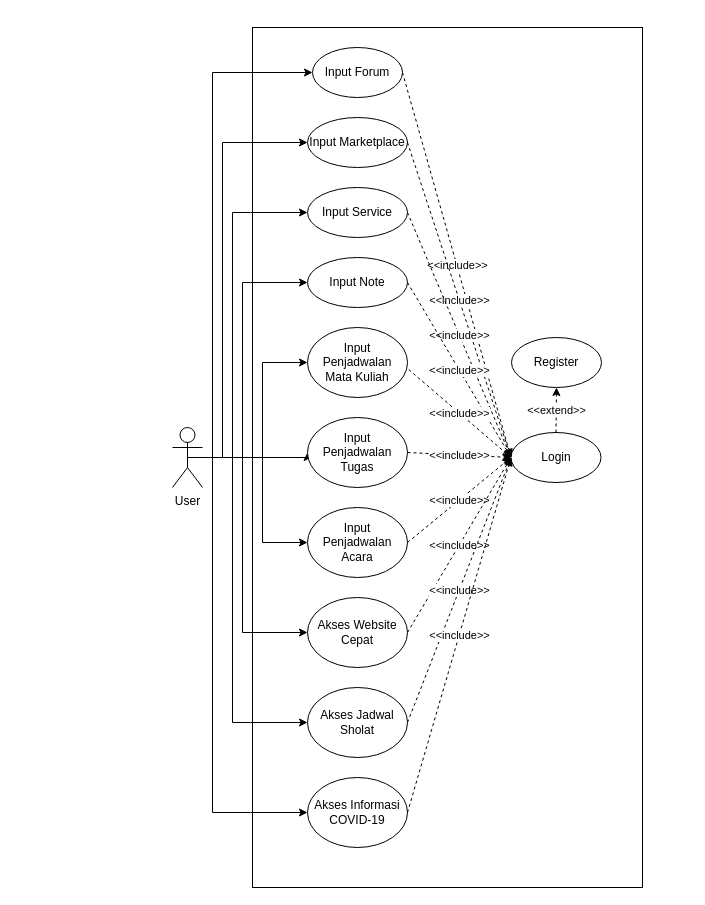
Before: UseCase.drawio in nugrahaas/diagram-project-rpl, a draw.io diagram. Source tidied: cells renumbered, new cells numbered last; positions are measured from the earlier drawing's top-left corner, leaving out a move shared by most shapes. Both pictures are drawn from the tidied source at 100%, with x=0, y=0 at pixel (172, 27).
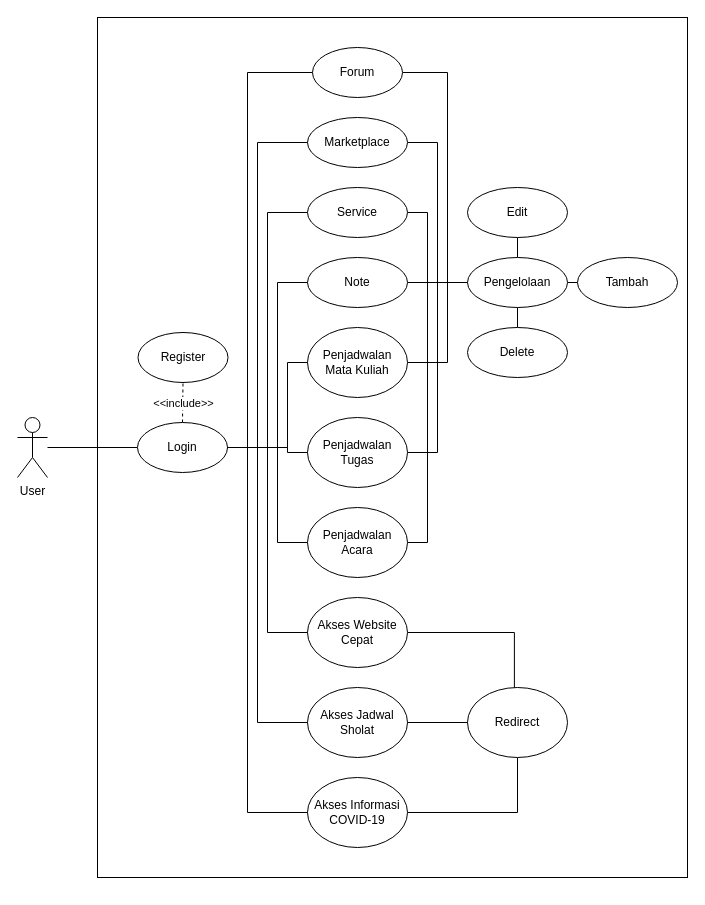
After the change.

The change refers to these unchanged cells:
```xml
<mxCell id="21" value="Akses Website Cepat" style="ellipse;whiteSpace=wrap;html=1;" parent="1" vertex="1">
  <mxGeometry x="135" y="570" width="100" height="70" as="geometry" />
</mxCell>
<mxCell id="22" value="Akses Jadwal Sholat" style="ellipse;whiteSpace=wrap;html=1;" parent="1" vertex="1">
  <mxGeometry x="135" y="660" width="100" height="70" as="geometry" />
</mxCell>
<mxCell id="23" value="Akses Informasi COVID-19" style="ellipse;whiteSpace=wrap;html=1;" parent="1" vertex="1">
  <mxGeometry x="135" y="750" width="100" height="70" as="geometry" />
</mxCell>
```

Diff of the diagram source:
```diff
@@
     <mxCell id="2" style="rounded=0;whiteSpace=wrap;html=1;" parent="1" vertex="1">
-      <mxGeometry x="80" width="390" height="860" as="geometry" />
+      <mxGeometry x="-75" y="-10" width="590" height="860" as="geometry" />
     </mxCell>
-    <mxCell id="3" style="edgeStyle=orthogonalEdgeStyle;rounded=0;jettySize=auto;html=1;exitX=0.5;exitY=0.5;exitDx=0;exitDy=0;exitPerimeter=0;entryX=0;entryY=0.5;entryDx=0;entryDy=0;" parent="1" edge="1" source="13" target="14">
-      <mxGeometry relative="1" as="geometry">
-        <Array as="points">
-          <mxPoint x="40" y="430" />
-          <mxPoint x="40" y="45" />
-        </Array>
-      </mxGeometry>
-    </mxCell>
-    <mxCell id="4" style="edgeStyle=orthogonalEdgeStyle;rounded=0;jettySize=auto;html=1;exitX=0.5;exitY=0.5;exitDx=0;exitDy=0;exitPerimeter=0;entryX=0;entryY=0.5;entryDx=0;entryDy=0;" parent="1" edge="1" source="13" target="15">
-      <mxGeometry relative="1" as="geometry">
-        <Array as="points">
-          <mxPoint x="50" y="430" />
-          <mxPoint x="50" y="115" />
-        </Array>
-      </mxGeometry>
-    </mxCell>
-    <mxCell id="5" style="edgeStyle=orthogonalEdgeStyle;rounded=0;jettySize=auto;html=1;exitX=0.5;exitY=0.5;exitDx=0;exitDy=0;exitPerimeter=0;entryX=0;entryY=0.5;entryDx=0;entryDy=0;" parent="1" edge="1" source="13" target="16">
-      <mxGeometry relative="1" as="geometry">
-        <Array as="points">
-          <mxPoint x="60" y="430" />
-          <mxPoint x="60" y="185" />
-        </Array>
-      </mxGeometry>
-    </mxCell>
-    <mxCell id="6" style="edgeStyle=orthogonalEdgeStyle;rounded=0;jettySize=auto;html=1;exitX=0.5;exitY=0.5;exitDx=0;exitDy=0;exitPerimeter=0;entryX=0;entryY=0.5;entryDx=0;entryDy=0;" parent="1" edge="1" source="13" target="17">
-      <mxGeometry relative="1" as="geometry">
-        <Array as="points">
-          <mxPoint x="70" y="430" />
-          <mxPoint x="70" y="255" />
-        </Array>
-      </mxGeometry>
-    </mxCell>
-    <mxCell id="7" style="edgeStyle=orthogonalEdgeStyle;rounded=0;jettySize=auto;html=1;exitX=0.5;exitY=0.5;exitDx=0;exitDy=0;exitPerimeter=0;entryX=0;entryY=0.5;entryDx=0;entryDy=0;" parent="1" edge="1" source="13" target="18">
-      <mxGeometry relative="1" as="geometry">
-        <Array as="points">
-          <mxPoint x="90" y="430" />
-          <mxPoint x="90" y="335" />
-        </Array>
-      </mxGeometry>
-    </mxCell>
-    <mxCell id="8" style="edgeStyle=orthogonalEdgeStyle;rounded=0;jettySize=auto;html=1;exitX=0.5;exitY=0.5;exitDx=0;exitDy=0;exitPerimeter=0;entryX=0;entryY=0.5;entryDx=0;entryDy=0;" parent="1" edge="1" source="13" target="19">
-      <mxGeometry relative="1" as="geometry">
-        <Array as="points">
-          <mxPoint x="135" y="430" />
-        </Array>
-      </mxGeometry>
-    </mxCell>
-    <mxCell id="9" style="edgeStyle=orthogonalEdgeStyle;rounded=0;jettySize=auto;html=1;exitX=0.5;exitY=0.5;exitDx=0;exitDy=0;exitPerimeter=0;entryX=0;entryY=0.5;entryDx=0;entryDy=0;" parent="1" edge="1" source="13" target="20">
-      <mxGeometry relative="1" as="geometry">
-        <Array as="points">
-          <mxPoint x="90" y="430" />
-          <mxPoint x="90" y="515" />
-        </Array>
-      </mxGeometry>
-    </mxCell>
-    <mxCell id="10" style="edgeStyle=orthogonalEdgeStyle;rounded=0;jettySize=auto;html=1;exitX=0.5;exitY=0.5;exitDx=0;exitDy=0;exitPerimeter=0;entryX=0;entryY=0.5;entryDx=0;entryDy=0;" parent="1" edge="1" source="13" target="21">
-      <mxGeometry relative="1" as="geometry">
-        <Array as="points">
-          <mxPoint x="70" y="430" />
-          <mxPoint x="70" y="605" />
-        </Array>
-      </mxGeometry>
-    </mxCell>
-    <mxCell id="11" style="edgeStyle=orthogonalEdgeStyle;rounded=0;jettySize=auto;html=1;exitX=0.5;exitY=0.5;exitDx=0;exitDy=0;exitPerimeter=0;entryX=0;entryY=0.5;entryDx=0;entryDy=0;" parent="1" edge="1" source="13" target="22">
-      <mxGeometry relative="1" as="geometry">
-        <Array as="points">
-          <mxPoint x="60" y="430" />
-          <mxPoint x="60" y="695" />
-        </Array>
-      </mxGeometry>
-    </mxCell>
-    <mxCell id="12" style="edgeStyle=orthogonalEdgeStyle;rounded=0;jettySize=auto;html=1;exitX=0.5;exitY=0.5;exitDx=0;exitDy=0;exitPerimeter=0;entryX=0;entryY=0.5;entryDx=0;entryDy=0;" parent="1" edge="1" source="13" target="23">
-      <mxGeometry relative="1" as="geometry">
-        <Array as="points">
-          <mxPoint x="40" y="430" />
-          <mxPoint x="40" y="785" />
-        </Array>
-      </mxGeometry>
-    </mxCell>
+    <mxCell id="48" style="edgeStyle=orthogonalEdgeStyle;rounded=0;jettySize=auto;html=1;endArrow=none;endFill=0;" parent="1" edge="1" source="13" target="24">
+      <mxGeometry relative="1" as="geometry" />
+    </mxCell>
     <mxCell id="13" value="User" style="shape=umlActor;verticalLabelPosition=bottom;verticalAlign=top;html=1;outlineConnect=0;" parent="1" vertex="1">
-      <mxGeometry y="400" width="30" height="60" as="geometry" />
+      <mxGeometry x="-155" y="390" width="30" height="60" as="geometry" />
     </mxCell>
+    <mxCell id="49" style="edgeStyle=orthogonalEdgeStyle;rounded=0;jettySize=auto;html=1;entryX=0;entryY=0.5;entryDx=0;entryDy=0;endArrow=none;endFill=0;" parent="1" edge="1" source="14" target="73">
+      <mxGeometry relative="1" as="geometry">
+        <Array as="points">
+          <mxPoint x="275" y="45" />
+          <mxPoint x="275" y="255" />
+        </Array>
+      </mxGeometry>
+    </mxCell>
-    <mxCell id="14" value="Input Forum" style="ellipse;whiteSpace=wrap;html=1;" parent="1" vertex="1">
+    <mxCell id="14" value="Forum" style="ellipse;whiteSpace=wrap;html=1;" parent="1" vertex="1">
       <mxGeometry x="140" y="20" width="90" height="50" as="geometry" />
     </mxCell>
+    <mxCell id="50" style="edgeStyle=orthogonalEdgeStyle;rounded=0;jettySize=auto;html=1;entryX=0;entryY=0.5;entryDx=0;entryDy=0;endArrow=none;endFill=0;" parent="1" edge="1" source="15" target="73">
+      <mxGeometry relative="1" as="geometry">
+        <Array as="points">
+          <mxPoint x="265" y="115" />
+          <mxPoint x="265" y="255" />
+        </Array>
+      </mxGeometry>
+    </mxCell>
-    <mxCell id="15" value="Input Marketplace" style="ellipse;whiteSpace=wrap;html=1;" parent="1" vertex="1">
+    <mxCell id="15" value="Marketplace" style="ellipse;whiteSpace=wrap;html=1;" parent="1" vertex="1">
       <mxGeometry x="135" y="90" width="100" height="50" as="geometry" />
     </mxCell>
+    <mxCell id="51" style="edgeStyle=orthogonalEdgeStyle;rounded=0;jettySize=auto;html=1;entryX=0;entryY=0.5;entryDx=0;entryDy=0;endArrow=none;endFill=0;" parent="1" edge="1" source="16" target="73">
+      <mxGeometry relative="1" as="geometry">
+        <Array as="points">
+          <mxPoint x="255" y="185" />
+          <mxPoint x="255" y="255" />
+        </Array>
+      </mxGeometry>
+    </mxCell>
-    <mxCell id="16" value="Input Service" style="ellipse;whiteSpace=wrap;html=1;" parent="1" vertex="1">
+    <mxCell id="16" value="Service" style="ellipse;whiteSpace=wrap;html=1;" parent="1" vertex="1">
       <mxGeometry x="135" y="160" width="100" height="50" as="geometry" />
     </mxCell>
+    <mxCell id="52" style="edgeStyle=orthogonalEdgeStyle;rounded=0;jettySize=auto;html=1;endArrow=none;endFill=0;" parent="1" edge="1" source="17" target="73">
+      <mxGeometry relative="1" as="geometry" />
+    </mxCell>
-    <mxCell id="17" value="Input Note" style="ellipse;whiteSpace=wrap;html=1;" parent="1" vertex="1">
+    <mxCell id="17" value="Note" style="ellipse;whiteSpace=wrap;html=1;" parent="1" vertex="1">
       <mxGeometry x="135" y="230" width="100" height="50" as="geometry" />
     </mxCell>
+    <mxCell id="53" style="edgeStyle=orthogonalEdgeStyle;rounded=0;jettySize=auto;html=1;entryX=0;entryY=0.5;entryDx=0;entryDy=0;endArrow=none;endFill=0;" parent="1" edge="1" source="18" target="73">
+      <mxGeometry relative="1" as="geometry">
+        <Array as="points">
+          <mxPoint x="275" y="335" />
+          <mxPoint x="275" y="255" />
+        </Array>
+      </mxGeometry>
+    </mxCell>
-    <mxCell id="18" value="Input Penjadwalan Mata Kuliah" style="ellipse;whiteSpace=wrap;html=1;" parent="1" vertex="1">
+    <mxCell id="18" value="Penjadwalan Mata Kuliah" style="ellipse;whiteSpace=wrap;html=1;" parent="1" vertex="1">
       <mxGeometry x="135" y="300" width="100" height="70" as="geometry" />
     </mxCell>
+    <mxCell id="54" style="edgeStyle=orthogonalEdgeStyle;rounded=0;jettySize=auto;html=1;entryX=0;entryY=0.5;entryDx=0;entryDy=0;endArrow=none;endFill=0;" parent="1" edge="1" source="19" target="73">
+      <mxGeometry relative="1" as="geometry" />
+    </mxCell>
-    <mxCell id="19" value="Input Penjadwalan Tugas" style="ellipse;whiteSpace=wrap;html=1;" parent="1" vertex="1">
+    <mxCell id="19" value="Penjadwalan Tugas" style="ellipse;whiteSpace=wrap;html=1;" parent="1" vertex="1">
       <mxGeometry x="135" y="390" width="100" height="70" as="geometry" />
     </mxCell>
+    <mxCell id="55" style="edgeStyle=orthogonalEdgeStyle;rounded=0;jettySize=auto;html=1;entryX=0;entryY=0.5;entryDx=0;entryDy=0;endArrow=none;endFill=0;" parent="1" edge="1" source="20" target="73">
+      <mxGeometry relative="1" as="geometry">
+        <Array as="points">
+          <mxPoint x="255" y="515" />
+          <mxPoint x="255" y="255" />
+        </Array>
+      </mxGeometry>
+    </mxCell>
-    <mxCell id="20" value="Input Penjadwalan Acara" style="ellipse;whiteSpace=wrap;html=1;" parent="1" vertex="1">
+    <mxCell id="20" value="Penjadwalan Acara" style="ellipse;whiteSpace=wrap;html=1;" parent="1" vertex="1">
       <mxGeometry x="135" y="480" width="100" height="70" as="geometry" />
     </mxCell>
+    <mxCell id="56" style="edgeStyle=orthogonalEdgeStyle;rounded=0;jettySize=auto;html=1;entryX=0.469;entryY=0.018;entryDx=0;entryDy=0;entryPerimeter=0;endArrow=none;endFill=0;" parent="1" edge="1" source="21" target="68">
+      <mxGeometry relative="1" as="geometry" />
+    </mxCell>
@@
+    <mxCell id="57" style="edgeStyle=orthogonalEdgeStyle;rounded=0;jettySize=auto;html=1;entryX=0.5;entryY=1;entryDx=0;entryDy=0;endArrow=none;endFill=0;" parent="1" edge="1" source="23" target="68">
+      <mxGeometry relative="1" as="geometry" />
+    </mxCell>
@@
     <mxCell id="24" value="Login" style="ellipse;whiteSpace=wrap;html=1;" parent="1" vertex="1">
-      <mxGeometry x="338.5" y="405" width="90" height="50" as="geometry" />
+      <mxGeometry x="-35" y="395" width="90" height="50" as="geometry" />
     </mxCell>
-    <mxCell id="25" style="endArrow=classic;html=1;rounded=0;dashed=1;exitX=1;exitY=0.5;exitDx=0;exitDy=0;entryX=0;entryY=0.5;entryDx=0;entryDy=0;" parent="1" edge="1" source="14" target="24">
-      <mxGeometry relative="1" as="geometry" />
-    </mxCell>
-    <mxCell id="26" value="&amp;lt;&amp;lt;include&amp;gt;&amp;gt;" style="edgeLabel;html=1;align=center;verticalAlign=middle;" parent="25" vertex="1">
-      <mxGeometry relative="1" as="geometry" />
-    </mxCell>
-    <mxCell id="27" style="endArrow=classic;html=1;rounded=0;dashed=1;exitX=1;exitY=0.5;exitDx=0;exitDy=0;entryX=0;entryY=0.5;entryDx=0;entryDy=0;" parent="1" edge="1" source="15" target="24">
-      <mxGeometry relative="1" as="geometry" />
-    </mxCell>
-    <mxCell id="28" value="&amp;lt;&amp;lt;include&amp;gt;&amp;gt;" style="edgeLabel;html=1;align=center;verticalAlign=middle;" parent="27" vertex="1">
-      <mxGeometry relative="1" as="geometry" />
-    </mxCell>
-    <mxCell id="29" style="endArrow=classic;html=1;rounded=0;dashed=1;exitX=1;exitY=0.5;exitDx=0;exitDy=0;entryX=0;entryY=0.5;entryDx=0;entryDy=0;" parent="1" edge="1" source="16" target="24">
-      <mxGeometry relative="1" as="geometry" />
-    </mxCell>
-    <mxCell id="30" value="&amp;lt;&amp;lt;include&amp;gt;&amp;gt;" style="edgeLabel;html=1;align=center;verticalAlign=middle;" parent="29" vertex="1">
-      <mxGeometry relative="1" as="geometry" />
-    </mxCell>
-    <mxCell id="31" style="endArrow=classic;html=1;rounded=0;dashed=1;exitX=1;exitY=0.5;exitDx=0;exitDy=0;entryX=0;entryY=0.5;entryDx=0;entryDy=0;" parent="1" edge="1" source="17" target="24">
-      <mxGeometry relative="1" as="geometry" />
-    </mxCell>
-    <mxCell id="32" value="&amp;lt;&amp;lt;include&amp;gt;&amp;gt;" style="edgeLabel;html=1;align=center;verticalAlign=middle;" parent="31" vertex="1">
-      <mxGeometry relative="1" as="geometry" />
-    </mxCell>
-    <mxCell id="33" style="endArrow=classic;html=1;rounded=0;dashed=1;exitX=1.012;exitY=0.6;exitDx=0;exitDy=0;entryX=0;entryY=0.5;entryDx=0;entryDy=0;exitPerimeter=0;" parent="1" edge="1" source="18" target="24">
-      <mxGeometry relative="1" as="geometry" />
-    </mxCell>
-    <mxCell id="34" value="&amp;lt;&amp;lt;include&amp;gt;&amp;gt;" style="edgeLabel;html=1;align=center;verticalAlign=middle;" parent="33" vertex="1">
-      <mxGeometry relative="1" as="geometry" />
-    </mxCell>
-    <mxCell id="35" style="endArrow=classic;html=1;rounded=0;dashed=1;exitX=1;exitY=0.5;exitDx=0;exitDy=0;entryX=0;entryY=0.5;entryDx=0;entryDy=0;" parent="1" edge="1" source="19" target="24">
-      <mxGeometry relative="1" as="geometry" />
-    </mxCell>
-    <mxCell id="36" value="&amp;lt;&amp;lt;include&amp;gt;&amp;gt;" style="edgeLabel;html=1;align=center;verticalAlign=middle;" parent="35" vertex="1">
-      <mxGeometry relative="1" as="geometry" />
-    </mxCell>
-    <mxCell id="37" style="endArrow=classic;html=1;rounded=0;dashed=1;exitX=1;exitY=0.5;exitDx=0;exitDy=0;entryX=0;entryY=0.5;entryDx=0;entryDy=0;" parent="1" edge="1" source="20" target="24">
-      <mxGeometry relative="1" as="geometry" />
-    </mxCell>
-    <mxCell id="38" value="&amp;lt;&amp;lt;include&amp;gt;&amp;gt;" style="edgeLabel;html=1;align=center;verticalAlign=middle;" parent="37" vertex="1">
-      <mxGeometry relative="1" as="geometry" />
-    </mxCell>
-    <mxCell id="39" style="endArrow=classic;html=1;rounded=0;dashed=1;exitX=1;exitY=0.5;exitDx=0;exitDy=0;entryX=0;entryY=0.5;entryDx=0;entryDy=0;" parent="1" edge="1" source="21" target="24">
-      <mxGeometry relative="1" as="geometry" />
-    </mxCell>
-    <mxCell id="40" value="&amp;lt;&amp;lt;include&amp;gt;&amp;gt;" style="edgeLabel;html=1;align=center;verticalAlign=middle;" parent="39" vertex="1">
-      <mxGeometry relative="1" as="geometry" />
-    </mxCell>
-    <mxCell id="41" style="endArrow=classic;html=1;rounded=0;dashed=1;exitX=1;exitY=0.5;exitDx=0;exitDy=0;entryX=0;entryY=0.5;entryDx=0;entryDy=0;" parent="1" edge="1" source="22" target="24">
-      <mxGeometry relative="1" as="geometry" />
-    </mxCell>
-    <mxCell id="42" value="&amp;lt;&amp;lt;include&amp;gt;&amp;gt;" style="edgeLabel;html=1;align=center;verticalAlign=middle;" parent="41" vertex="1">
-      <mxGeometry relative="1" as="geometry" />
-    </mxCell>
-    <mxCell id="43" style="endArrow=classic;html=1;rounded=0;dashed=1;exitX=1;exitY=0.5;exitDx=0;exitDy=0;entryX=0;entryY=0.5;entryDx=0;entryDy=0;" parent="1" edge="1" source="23" target="24">
-      <mxGeometry relative="1" as="geometry" />
-    </mxCell>
-    <mxCell id="44" value="&amp;lt;&amp;lt;include&amp;gt;&amp;gt;" style="edgeLabel;html=1;align=center;verticalAlign=middle;" parent="43" vertex="1">
-      <mxGeometry relative="1" as="geometry" />
-    </mxCell>
     <mxCell id="45" value="Register" style="ellipse;whiteSpace=wrap;html=1;" parent="1" vertex="1">
-      <mxGeometry x="339" y="310" width="90" height="50" as="geometry" />
+      <mxGeometry x="-34.5" y="305" width="90" height="50" as="geometry" />
     </mxCell>
-    <mxCell id="46" style="endArrow=classic;html=1;rounded=0;dashed=1;exitX=0.5;exitY=0;exitDx=0;exitDy=0;entryX=0.5;entryY=1;entryDx=0;entryDy=0;" parent="1" edge="1" source="24" target="45">
+    <mxCell id="46" style="endArrow=none;html=1;rounded=0;dashed=1;exitX=0.5;exitY=0;exitDx=0;exitDy=0;entryX=0.5;entryY=1;entryDx=0;entryDy=0;endFill=0;" parent="1" edge="1" source="24" target="45">
       <mxGeometry relative="1" as="geometry" />
     </mxCell>
-    <mxCell id="47" value="&amp;lt;&amp;lt;extend&amp;gt;&amp;gt;" style="edgeLabel;html=1;align=center;verticalAlign=middle;" parent="46" vertex="1">
+    <mxCell id="47" value="&amp;lt;&amp;lt;include&amp;gt;&amp;gt;" style="edgeLabel;html=1;align=center;verticalAlign=middle;" parent="46" vertex="1">
       <mxGeometry relative="1" as="geometry" />
     </mxCell>
+    <mxCell id="58" style="edgeStyle=orthogonalEdgeStyle;rounded=0;jettySize=auto;html=1;endArrow=none;endFill=0;entryX=0;entryY=0.5;entryDx=0;entryDy=0;exitX=1;exitY=0.5;exitDx=0;exitDy=0;" parent="1" edge="1" source="24" target="14">
+      <mxGeometry relative="1" as="geometry">
+        <Array as="points">
+          <mxPoint x="75" y="420" />
+          <mxPoint x="75" y="45" />
+        </Array>
+      </mxGeometry>
+    </mxCell>
+    <mxCell id="59" style="edgeStyle=orthogonalEdgeStyle;rounded=0;jettySize=auto;html=1;endArrow=none;endFill=0;entryX=0;entryY=0.5;entryDx=0;entryDy=0;exitX=1;exitY=0.5;exitDx=0;exitDy=0;" parent="1" edge="1" source="24" target="15">
+      <mxGeometry relative="1" as="geometry">
+        <Array as="points">
+          <mxPoint x="85" y="420" />
+          <mxPoint x="85" y="115" />
+        </Array>
+      </mxGeometry>
+    </mxCell>
+    <mxCell id="60" style="edgeStyle=orthogonalEdgeStyle;rounded=0;jettySize=auto;html=1;endArrow=none;endFill=0;entryX=0;entryY=0.5;entryDx=0;entryDy=0;exitX=1;exitY=0.5;exitDx=0;exitDy=0;" parent="1" edge="1" source="24" target="16">
+      <mxGeometry relative="1" as="geometry" />
+    </mxCell>
+    <mxCell id="61" style="edgeStyle=orthogonalEdgeStyle;rounded=0;jettySize=auto;html=1;endArrow=none;endFill=0;entryX=0;entryY=0.5;entryDx=0;entryDy=0;exitX=1;exitY=0.5;exitDx=0;exitDy=0;" parent="1" edge="1" source="24" target="17">
+      <mxGeometry relative="1" as="geometry">
+        <Array as="points">
+          <mxPoint x="105" y="420" />
+          <mxPoint x="105" y="255" />
+        </Array>
+      </mxGeometry>
+    </mxCell>
+    <mxCell id="62" style="edgeStyle=orthogonalEdgeStyle;rounded=0;jettySize=auto;html=1;endArrow=none;endFill=0;entryX=0;entryY=0.5;entryDx=0;entryDy=0;exitX=1;exitY=0.5;exitDx=0;exitDy=0;" parent="1" edge="1" source="24" target="18">
+      <mxGeometry relative="1" as="geometry">
+        <Array as="points">
+          <mxPoint x="115" y="420" />
+          <mxPoint x="115" y="335" />
+        </Array>
+      </mxGeometry>
+    </mxCell>
+    <mxCell id="63" style="edgeStyle=orthogonalEdgeStyle;rounded=0;jettySize=auto;html=1;endArrow=none;endFill=0;entryX=0;entryY=0.5;entryDx=0;entryDy=0;exitX=1;exitY=0.5;exitDx=0;exitDy=0;" parent="1" edge="1" source="24" target="19">
+      <mxGeometry relative="1" as="geometry">
+        <Array as="points">
+          <mxPoint x="115" y="420" />
+          <mxPoint x="115" y="425" />
+        </Array>
+      </mxGeometry>
+    </mxCell>
+    <mxCell id="64" style="edgeStyle=orthogonalEdgeStyle;rounded=0;jettySize=auto;html=1;endArrow=none;endFill=0;entryX=0;entryY=0.5;entryDx=0;entryDy=0;exitX=1;exitY=0.5;exitDx=0;exitDy=0;" parent="1" edge="1" source="24" target="20">
+      <mxGeometry relative="1" as="geometry">
+        <Array as="points">
+          <mxPoint x="105" y="420" />
+          <mxPoint x="105" y="515" />
+        </Array>
+      </mxGeometry>
+    </mxCell>
+    <mxCell id="65" style="edgeStyle=orthogonalEdgeStyle;rounded=0;jettySize=auto;html=1;endArrow=none;endFill=0;entryX=0;entryY=0.5;entryDx=0;entryDy=0;exitX=1;exitY=0.5;exitDx=0;exitDy=0;" parent="1" edge="1" source="24" target="21">
+      <mxGeometry relative="1" as="geometry" />
+    </mxCell>
+    <mxCell id="66" style="edgeStyle=orthogonalEdgeStyle;rounded=0;jettySize=auto;html=1;endArrow=none;endFill=0;entryX=0;entryY=0.5;entryDx=0;entryDy=0;exitX=1;exitY=0.5;exitDx=0;exitDy=0;" parent="1" edge="1" source="24" target="22">
+      <mxGeometry relative="1" as="geometry">
+        <Array as="points">
+          <mxPoint x="85" y="420" />
+          <mxPoint x="85" y="695" />
+        </Array>
+      </mxGeometry>
+    </mxCell>
+    <mxCell id="67" style="edgeStyle=orthogonalEdgeStyle;rounded=0;jettySize=auto;html=1;endArrow=none;endFill=0;entryX=0;entryY=0.5;entryDx=0;entryDy=0;exitX=1;exitY=0.5;exitDx=0;exitDy=0;" parent="1" edge="1" source="24" target="23">
+      <mxGeometry relative="1" as="geometry">
+        <Array as="points">
+          <mxPoint x="75" y="420" />
+          <mxPoint x="75" y="785" />
+        </Array>
+      </mxGeometry>
+    </mxCell>
+    <mxCell id="68" value="Redirect" style="ellipse;whiteSpace=wrap;html=1;" parent="1" vertex="1">
+      <mxGeometry x="295" y="660" width="100" height="70" as="geometry" />
+    </mxCell>
+    <mxCell id="69" style="edgeStyle=orthogonalEdgeStyle;rounded=0;jettySize=auto;html=1;endArrow=none;endFill=0;exitX=1;exitY=0.5;exitDx=0;exitDy=0;" parent="1" edge="1" source="22" target="68">
+      <mxGeometry relative="1" as="geometry" />
+    </mxCell>
+    <mxCell id="70" style="edgeStyle=orthogonalEdgeStyle;rounded=0;jettySize=auto;html=1;exitX=0.5;exitY=0;exitDx=0;exitDy=0;entryX=0.5;entryY=1;entryDx=0;entryDy=0;endArrow=none;endFill=0;" parent="1" edge="1" source="73" target="74">
+      <mxGeometry relative="1" as="geometry" />
+    </mxCell>
+    <mxCell id="71" style="edgeStyle=orthogonalEdgeStyle;rounded=0;jettySize=auto;html=1;exitX=1;exitY=0.5;exitDx=0;exitDy=0;entryX=0;entryY=0.5;entryDx=0;entryDy=0;endArrow=none;endFill=0;" parent="1" edge="1" source="73" target="76">
+      <mxGeometry relative="1" as="geometry" />
+    </mxCell>
+    <mxCell id="72" style="edgeStyle=orthogonalEdgeStyle;rounded=0;jettySize=auto;html=1;exitX=0.5;exitY=1;exitDx=0;exitDy=0;entryX=0.5;entryY=0;entryDx=0;entryDy=0;endArrow=none;endFill=0;" parent="1" edge="1" source="73" target="75">
+      <mxGeometry relative="1" as="geometry" />
+    </mxCell>
+    <mxCell id="73" value="Pengelolaan" style="ellipse;whiteSpace=wrap;html=1;" parent="1" vertex="1">
+      <mxGeometry x="295" y="230" width="100" height="50" as="geometry" />
+    </mxCell>
+    <mxCell id="74" value="Edit" style="ellipse;whiteSpace=wrap;html=1;" parent="1" vertex="1">
+      <mxGeometry x="295" y="160" width="100" height="50" as="geometry" />
+    </mxCell>
+    <mxCell id="75" value="Delete" style="ellipse;whiteSpace=wrap;html=1;" parent="1" vertex="1">
+      <mxGeometry x="295" y="300" width="100" height="50" as="geometry" />
+    </mxCell>
+    <mxCell id="76" value="Tambah" style="ellipse;whiteSpace=wrap;html=1;" parent="1" vertex="1">
+      <mxGeometry x="405" y="230" width="100" height="50" as="geometry" />
+    </mxCell>
```
